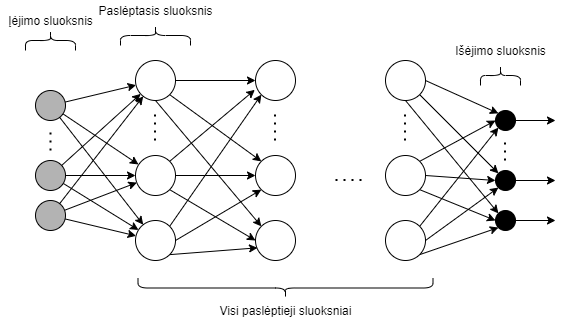
Earlier version of the draw.io export img/neural_network.png (AleksasVaitulevicius/masters_latex). Source tidied: cells renumbered, new cells last; positions are measured from the earlier drawing's top-left corner, leaving out a move shared by most shapes.
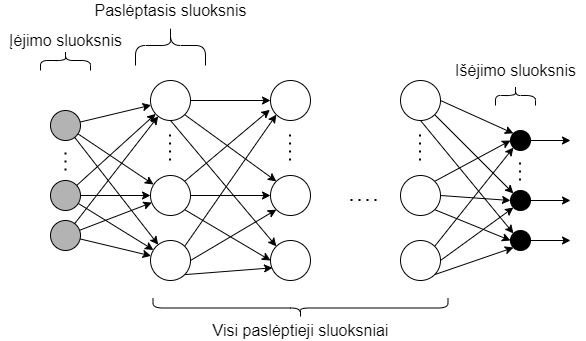
Above is the later version.

The edit, as a diff of the source:
```diff
@@ -2,208 +2,208 @@
   <root>
     <mxCell id="0" />
     <mxCell id="1" parent="0" />
-    <mxCell id="2" style="edgeStyle=none;jettySize=auto;html=1;exitX=1;exitY=0.5;exitDx=0;exitDy=0;entryX=0;entryY=0.5;entryDx=0;entryDy=0;" parent="1" edge="1" source="5" target="49">
+    <mxCell id="2" style="edgeStyle=none;jettySize=auto;html=1;exitX=1;exitY=0.5;exitDx=0;exitDy=0;entryX=0;entryY=0.5;entryDx=0;entryDy=0;fontSize=16;" parent="1" edge="1" source="5" target="49">
       <mxGeometry relative="1" as="geometry" />
     </mxCell>
-    <mxCell id="3" style="edgeStyle=none;jettySize=auto;html=1;exitX=1;exitY=1;exitDx=0;exitDy=0;entryX=0;entryY=0;entryDx=0;entryDy=0;" parent="1" edge="1" source="5" target="50">
+    <mxCell id="3" style="edgeStyle=none;jettySize=auto;html=1;exitX=1;exitY=1;exitDx=0;exitDy=0;entryX=0;entryY=0;entryDx=0;entryDy=0;fontSize=16;" parent="1" edge="1" source="5" target="50">
       <mxGeometry relative="1" as="geometry" />
     </mxCell>
-    <mxCell id="4" style="edgeStyle=none;jettySize=auto;html=1;exitX=0.5;exitY=1;exitDx=0;exitDy=0;entryX=0;entryY=0;entryDx=0;entryDy=0;" parent="1" edge="1" source="5" target="51">
+    <mxCell id="4" style="edgeStyle=none;jettySize=auto;html=1;exitX=0.5;exitY=1;exitDx=0;exitDy=0;entryX=0;entryY=0;entryDx=0;entryDy=0;fontSize=16;" parent="1" edge="1" source="5" target="51">
       <mxGeometry relative="1" as="geometry" />
     </mxCell>
-    <mxCell id="5" style="ellipse;whiteSpace=wrap;html=1;" parent="1" vertex="1">
+    <mxCell id="5" style="ellipse;whiteSpace=wrap;html=1;fontSize=16;" parent="1" vertex="1">
       <mxGeometry x="135" y="60" width="40" height="40" as="geometry" />
     </mxCell>
-    <mxCell id="6" style="edgeStyle=none;jettySize=auto;html=1;exitX=1;exitY=0;exitDx=0;exitDy=0;entryX=-0.017;entryY=0.733;entryDx=0;entryDy=0;entryPerimeter=0;" parent="1" edge="1" source="9" target="49">
+    <mxCell id="6" style="edgeStyle=none;jettySize=auto;html=1;exitX=1;exitY=0;exitDx=0;exitDy=0;entryX=-0.017;entryY=0.733;entryDx=0;entryDy=0;entryPerimeter=0;fontSize=16;" parent="1" edge="1" source="9" target="49">
       <mxGeometry relative="1" as="geometry" />
     </mxCell>
-    <mxCell id="7" style="edgeStyle=none;jettySize=auto;html=1;exitX=1;exitY=0.5;exitDx=0;exitDy=0;entryX=0;entryY=0.5;entryDx=0;entryDy=0;" parent="1" edge="1" source="9" target="50">
+    <mxCell id="7" style="edgeStyle=none;jettySize=auto;html=1;exitX=1;exitY=0.5;exitDx=0;exitDy=0;entryX=0;entryY=0.5;entryDx=0;entryDy=0;fontSize=16;" parent="1" edge="1" source="9" target="50">
       <mxGeometry relative="1" as="geometry" />
     </mxCell>
-    <mxCell id="8" style="edgeStyle=none;jettySize=auto;html=1;exitX=1;exitY=1;exitDx=0;exitDy=0;entryX=0;entryY=0.5;entryDx=0;entryDy=0;" parent="1" edge="1" source="9" target="51">
+    <mxCell id="8" style="edgeStyle=none;jettySize=auto;html=1;exitX=1;exitY=1;exitDx=0;exitDy=0;entryX=0;entryY=0.5;entryDx=0;entryDy=0;fontSize=16;" parent="1" edge="1" source="9" target="51">
       <mxGeometry relative="1" as="geometry" />
     </mxCell>
-    <mxCell id="9" style="ellipse;whiteSpace=wrap;html=1;" parent="1" vertex="1">
+    <mxCell id="9" style="ellipse;whiteSpace=wrap;html=1;fontSize=16;" parent="1" vertex="1">
       <mxGeometry x="135" y="155" width="40" height="40" as="geometry" />
     </mxCell>
-    <mxCell id="10" style="edgeStyle=none;jettySize=auto;html=1;exitX=1;exitY=1;exitDx=0;exitDy=0;entryX=0.05;entryY=0.683;entryDx=0;entryDy=0;entryPerimeter=0;" parent="1" edge="1" source="13" target="51">
+    <mxCell id="10" style="edgeStyle=none;jettySize=auto;html=1;exitX=1;exitY=1;exitDx=0;exitDy=0;entryX=0.05;entryY=0.683;entryDx=0;entryDy=0;entryPerimeter=0;fontSize=16;" parent="1" edge="1" source="13" target="51">
       <mxGeometry relative="1" as="geometry" />
     </mxCell>
-    <mxCell id="11" style="edgeStyle=none;jettySize=auto;html=1;exitX=1;exitY=0.5;exitDx=0;exitDy=0;entryX=0;entryY=1;entryDx=0;entryDy=0;" parent="1" edge="1" source="13" target="50">
+    <mxCell id="11" style="edgeStyle=none;jettySize=auto;html=1;exitX=1;exitY=0.5;exitDx=0;exitDy=0;entryX=0;entryY=1;entryDx=0;entryDy=0;fontSize=16;" parent="1" edge="1" source="13" target="50">
       <mxGeometry relative="1" as="geometry" />
     </mxCell>
-    <mxCell id="12" style="edgeStyle=none;jettySize=auto;html=1;exitX=1;exitY=0;exitDx=0;exitDy=0;entryX=0;entryY=1;entryDx=0;entryDy=0;" parent="1" edge="1" source="13" target="49">
+    <mxCell id="12" style="edgeStyle=none;jettySize=auto;html=1;exitX=1;exitY=0;exitDx=0;exitDy=0;entryX=0;entryY=1;entryDx=0;entryDy=0;fontSize=16;" parent="1" edge="1" source="13" target="49">
       <mxGeometry relative="1" as="geometry" />
     </mxCell>
-    <mxCell id="13" style="ellipse;whiteSpace=wrap;html=1;" parent="1" vertex="1">
+    <mxCell id="13" style="ellipse;whiteSpace=wrap;html=1;fontSize=16;" parent="1" vertex="1">
       <mxGeometry x="135" y="220" width="40" height="40" as="geometry" />
     </mxCell>
-    <mxCell id="14" style="endArrow=classic;html=1;" parent="1" edge="1" source="17">
+    <mxCell id="14" style="endArrow=classic;html=1;fontSize=16;" parent="1" edge="1" source="17">
       <mxGeometry relative="1" as="geometry">
         <mxPoint x="138" y="164" as="targetPoint" />
       </mxGeometry>
     </mxCell>
-    <mxCell id="15" style="endArrow=classic;html=1;" parent="1" edge="1" source="17" target="13">
+    <mxCell id="15" style="endArrow=classic;html=1;fontSize=16;" parent="1" edge="1" source="17" target="13">
       <mxGeometry relative="1" as="geometry" />
     </mxCell>
-    <mxCell id="16" style="endArrow=classic;html=1;" parent="1" edge="1" source="17" target="5">
+    <mxCell id="16" style="endArrow=classic;html=1;fontSize=16;" parent="1" edge="1" source="17" target="5">
       <mxGeometry relative="1" as="geometry" />
     </mxCell>
-    <mxCell id="17" style="ellipse;whiteSpace=wrap;html=1;fillColor=#B3B3B3;" parent="1" vertex="1">
+    <mxCell id="17" style="ellipse;whiteSpace=wrap;html=1;fillColor=#B3B3B3;fontSize=16;" parent="1" vertex="1">
       <mxGeometry x="35" y="90" width="30" height="30" as="geometry" />
     </mxCell>
-    <mxCell id="18" style="endArrow=classic;html=1;" parent="1" edge="1" source="21" target="9">
+    <mxCell id="18" style="endArrow=classic;html=1;fontSize=16;" parent="1" edge="1" source="21" target="9">
       <mxGeometry relative="1" as="geometry" />
     </mxCell>
-    <mxCell id="19" style="endArrow=classic;html=1;" parent="1" edge="1" source="21" target="13">
+    <mxCell id="19" style="endArrow=classic;html=1;fontSize=16;" parent="1" edge="1" source="21" target="13">
       <mxGeometry relative="1" as="geometry" />
     </mxCell>
-    <mxCell id="20" style="endArrow=classic;html=1;" parent="1" edge="1" source="21" target="5">
+    <mxCell id="20" style="endArrow=classic;html=1;fontSize=16;" parent="1" edge="1" source="21" target="5">
       <mxGeometry relative="1" as="geometry" />
     </mxCell>
-    <mxCell id="21" style="ellipse;whiteSpace=wrap;html=1;fillColor=#B3B3B3;" parent="1" vertex="1">
+    <mxCell id="21" style="ellipse;whiteSpace=wrap;html=1;fillColor=#B3B3B3;fontSize=16;" parent="1" vertex="1">
       <mxGeometry x="35" y="200" width="30" height="30" as="geometry" />
     </mxCell>
-    <mxCell id="22" style="endArrow=classic;html=1;" parent="1" edge="1" source="25" target="5">
+    <mxCell id="22" style="endArrow=classic;html=1;fontSize=16;" parent="1" edge="1" source="25" target="5">
       <mxGeometry relative="1" as="geometry" />
     </mxCell>
-    <mxCell id="23" style="edgeStyle=orthogonalEdgeStyle;rounded=0;jettySize=auto;html=1;exitX=1;exitY=0.5;exitDx=0;exitDy=0;entryX=0;entryY=0.5;entryDx=0;entryDy=0;" parent="1" edge="1" source="25" target="9">
+    <mxCell id="23" style="edgeStyle=orthogonalEdgeStyle;rounded=0;jettySize=auto;html=1;exitX=1;exitY=0.5;exitDx=0;exitDy=0;entryX=0;entryY=0.5;entryDx=0;entryDy=0;fontSize=16;" parent="1" edge="1" source="25" target="9">
       <mxGeometry relative="1" as="geometry" />
     </mxCell>
-    <mxCell id="24" style="endArrow=classic;html=1;" parent="1" edge="1" source="25" target="13">
+    <mxCell id="24" style="endArrow=classic;html=1;fontSize=16;" parent="1" edge="1" source="25" target="13">
       <mxGeometry relative="1" as="geometry" />
     </mxCell>
-    <mxCell id="25" style="ellipse;whiteSpace=wrap;html=1;fillColor=#B3B3B3;" parent="1" vertex="1">
+    <mxCell id="25" style="ellipse;whiteSpace=wrap;html=1;fillColor=#B3B3B3;fontSize=16;" parent="1" vertex="1">
       <mxGeometry x="35" y="160" width="30" height="30" as="geometry" />
     </mxCell>
-    <mxCell id="26" style="endArrow=none;dashed=1;html=1;dashPattern=1 3;strokeWidth=2;" parent="1" edge="1">
+    <mxCell id="26" style="endArrow=none;dashed=1;html=1;dashPattern=1 3;strokeWidth=2;fontSize=16;" parent="1" edge="1">
       <mxGeometry relative="1" as="geometry">
         <mxPoint x="50" y="150" as="sourcePoint" />
         <mxPoint x="50" y="130" as="targetPoint" />
       </mxGeometry>
     </mxCell>
-    <mxCell id="27" style="endArrow=none;dashed=1;html=1;dashPattern=1 3;strokeWidth=2;" parent="1" edge="1">
+    <mxCell id="27" style="endArrow=none;dashed=1;html=1;dashPattern=1 3;strokeWidth=2;fontSize=16;" parent="1" edge="1">
       <mxGeometry relative="1" as="geometry">
         <mxPoint x="154.5" y="140" as="sourcePoint" />
         <mxPoint x="154.5" y="110" as="targetPoint" />
       </mxGeometry>
     </mxCell>
-    <mxCell id="28" style="edgeStyle=none;jettySize=auto;html=1;exitX=1;exitY=0.5;exitDx=0;exitDy=0;entryX=0;entryY=0;entryDx=0;entryDy=0;" parent="1" edge="1" source="31" target="46">
+    <mxCell id="28" style="edgeStyle=none;jettySize=auto;html=1;exitX=1;exitY=0.5;exitDx=0;exitDy=0;entryX=0;entryY=0;entryDx=0;entryDy=0;fontSize=16;" parent="1" edge="1" source="31" target="46">
       <mxGeometry relative="1" as="geometry" />
     </mxCell>
-    <mxCell id="29" style="edgeStyle=none;jettySize=auto;html=1;exitX=1;exitY=1;exitDx=0;exitDy=0;entryX=0;entryY=0;entryDx=0;entryDy=0;" parent="1" edge="1" source="31" target="41">
+    <mxCell id="29" style="edgeStyle=none;jettySize=auto;html=1;exitX=1;exitY=1;exitDx=0;exitDy=0;entryX=0;entryY=0;entryDx=0;entryDy=0;fontSize=16;" parent="1" edge="1" source="31" target="41">
       <mxGeometry relative="1" as="geometry" />
     </mxCell>
-    <mxCell id="30" style="edgeStyle=none;jettySize=auto;html=1;exitX=0.5;exitY=1;exitDx=0;exitDy=0;entryX=0;entryY=0;entryDx=0;entryDy=0;" parent="1" edge="1" source="31" target="44">
+    <mxCell id="30" style="edgeStyle=none;jettySize=auto;html=1;exitX=0.5;exitY=1;exitDx=0;exitDy=0;entryX=0;entryY=0;entryDx=0;entryDy=0;fontSize=16;" parent="1" edge="1" source="31" target="44">
       <mxGeometry relative="1" as="geometry" />
     </mxCell>
-    <mxCell id="31" style="ellipse;whiteSpace=wrap;html=1;" parent="1" vertex="1">
+    <mxCell id="31" style="ellipse;whiteSpace=wrap;html=1;fontSize=16;" parent="1" vertex="1">
       <mxGeometry x="385" y="60" width="40" height="40" as="geometry" />
     </mxCell>
-    <mxCell id="32" style="edgeStyle=none;jettySize=auto;html=1;exitX=1;exitY=0;exitDx=0;exitDy=0;entryX=0;entryY=0.5;entryDx=0;entryDy=0;" parent="1" edge="1" source="35" target="46">
+    <mxCell id="32" style="edgeStyle=none;jettySize=auto;html=1;exitX=1;exitY=0;exitDx=0;exitDy=0;entryX=0;entryY=0.5;entryDx=0;entryDy=0;fontSize=16;" parent="1" edge="1" source="35" target="46">
       <mxGeometry relative="1" as="geometry" />
     </mxCell>
-    <mxCell id="33" style="edgeStyle=none;jettySize=auto;html=1;exitX=1;exitY=0.5;exitDx=0;exitDy=0;entryX=0;entryY=0.5;entryDx=0;entryDy=0;" parent="1" edge="1" source="35" target="41">
+    <mxCell id="33" style="edgeStyle=none;jettySize=auto;html=1;exitX=1;exitY=0.5;exitDx=0;exitDy=0;entryX=0;entryY=0.5;entryDx=0;entryDy=0;fontSize=16;" parent="1" edge="1" source="35" target="41">
       <mxGeometry relative="1" as="geometry" />
     </mxCell>
-    <mxCell id="34" style="edgeStyle=none;jettySize=auto;html=1;exitX=1;exitY=1;exitDx=0;exitDy=0;entryX=0;entryY=0.5;entryDx=0;entryDy=0;" parent="1" edge="1" source="35" target="44">
+    <mxCell id="34" style="edgeStyle=none;jettySize=auto;html=1;exitX=1;exitY=1;exitDx=0;exitDy=0;entryX=0;entryY=0.5;entryDx=0;entryDy=0;fontSize=16;" parent="1" edge="1" source="35" target="44">
       <mxGeometry relative="1" as="geometry" />
     </mxCell>
-    <mxCell id="35" style="ellipse;whiteSpace=wrap;html=1;" parent="1" vertex="1">
+    <mxCell id="35" style="ellipse;whiteSpace=wrap;html=1;fontSize=16;" parent="1" vertex="1">
       <mxGeometry x="385" y="155" width="40" height="40" as="geometry" />
     </mxCell>
-    <mxCell id="36" style="edgeStyle=none;jettySize=auto;html=1;exitX=1;exitY=0;exitDx=0;exitDy=0;entryX=0;entryY=1;entryDx=0;entryDy=0;" parent="1" edge="1" source="39" target="46">
+    <mxCell id="36" style="edgeStyle=none;jettySize=auto;html=1;exitX=1;exitY=0;exitDx=0;exitDy=0;entryX=0;entryY=1;entryDx=0;entryDy=0;fontSize=16;" parent="1" edge="1" source="39" target="46">
       <mxGeometry relative="1" as="geometry" />
     </mxCell>
-    <mxCell id="37" style="edgeStyle=none;jettySize=auto;html=1;exitX=1;exitY=0.5;exitDx=0;exitDy=0;entryX=0;entryY=1;entryDx=0;entryDy=0;" parent="1" edge="1" source="39" target="41">
+    <mxCell id="37" style="edgeStyle=none;jettySize=auto;html=1;exitX=1;exitY=0.5;exitDx=0;exitDy=0;entryX=0;entryY=1;entryDx=0;entryDy=0;fontSize=16;" parent="1" edge="1" source="39" target="41">
       <mxGeometry relative="1" as="geometry" />
     </mxCell>
-    <mxCell id="38" style="edgeStyle=none;jettySize=auto;html=1;exitX=1;exitY=1;exitDx=0;exitDy=0;entryX=0;entryY=1;entryDx=0;entryDy=0;" parent="1" edge="1" source="39" target="44">
+    <mxCell id="38" style="edgeStyle=none;jettySize=auto;html=1;exitX=1;exitY=1;exitDx=0;exitDy=0;entryX=0;entryY=1;entryDx=0;entryDy=0;fontSize=16;" parent="1" edge="1" source="39" target="44">
       <mxGeometry relative="1" as="geometry" />
     </mxCell>
-    <mxCell id="39" style="ellipse;whiteSpace=wrap;html=1;" parent="1" vertex="1">
+    <mxCell id="39" style="ellipse;whiteSpace=wrap;html=1;fontSize=16;" parent="1" vertex="1">
       <mxGeometry x="385" y="220" width="40" height="40" as="geometry" />
     </mxCell>
-    <mxCell id="40" style="edgeStyle=none;jettySize=auto;html=1;exitX=1;exitY=0.5;exitDx=0;exitDy=0;" parent="1" edge="1" source="41">
+    <mxCell id="40" style="edgeStyle=none;jettySize=auto;html=1;exitX=1;exitY=0.5;exitDx=0;exitDy=0;fontSize=16;" parent="1" edge="1" source="41">
       <mxGeometry relative="1" as="geometry">
         <mxPoint x="555" y="180" as="targetPoint" />
       </mxGeometry>
     </mxCell>
-    <mxCell id="41" style="ellipse;whiteSpace=wrap;html=1;fillColor=#000000;" parent="1" vertex="1">
+    <mxCell id="41" style="ellipse;whiteSpace=wrap;html=1;fillColor=#000000;fontSize=16;" parent="1" vertex="1">
       <mxGeometry x="495" y="170" width="20" height="20" as="geometry" />
     </mxCell>
-    <mxCell id="42" style="endArrow=none;dashed=1;html=1;dashPattern=1 3;strokeWidth=2;" parent="1" edge="1">
+    <mxCell id="42" style="endArrow=none;dashed=1;html=1;dashPattern=1 3;strokeWidth=2;fontSize=16;" parent="1" edge="1">
       <mxGeometry relative="1" as="geometry">
         <mxPoint x="504.5" y="160" as="sourcePoint" />
         <mxPoint x="504.5" y="140" as="targetPoint" />
       </mxGeometry>
     </mxCell>
-    <mxCell id="43" style="edgeStyle=none;jettySize=auto;html=1;exitX=1;exitY=0.5;exitDx=0;exitDy=0;" parent="1" edge="1" source="44">
+    <mxCell id="43" style="edgeStyle=none;jettySize=auto;html=1;exitX=1;exitY=0.5;exitDx=0;exitDy=0;fontSize=16;" parent="1" edge="1" source="44">
       <mxGeometry relative="1" as="geometry">
         <mxPoint x="555" y="220" as="targetPoint" />
       </mxGeometry>
     </mxCell>
-    <mxCell id="44" style="ellipse;whiteSpace=wrap;html=1;fillColor=#000000;" parent="1" vertex="1">
+    <mxCell id="44" style="ellipse;whiteSpace=wrap;html=1;fillColor=#000000;fontSize=16;" parent="1" vertex="1">
       <mxGeometry x="495" y="210" width="20" height="20" as="geometry" />
     </mxCell>
-    <mxCell id="45" style="edgeStyle=none;jettySize=auto;html=1;exitX=1;exitY=0.5;exitDx=0;exitDy=0;" parent="1" edge="1" source="46">
+    <mxCell id="45" style="edgeStyle=none;jettySize=auto;html=1;exitX=1;exitY=0.5;exitDx=0;exitDy=0;fontSize=16;" parent="1" edge="1" source="46">
       <mxGeometry relative="1" as="geometry">
         <mxPoint x="555" y="120" as="targetPoint" />
       </mxGeometry>
     </mxCell>
-    <mxCell id="46" style="ellipse;whiteSpace=wrap;html=1;fillColor=#000000;" parent="1" vertex="1">
+    <mxCell id="46" style="ellipse;whiteSpace=wrap;html=1;fillColor=#000000;fontSize=16;" parent="1" vertex="1">
       <mxGeometry x="495" y="110" width="20" height="20" as="geometry" />
     </mxCell>
-    <mxCell id="47" style="endArrow=none;dashed=1;html=1;dashPattern=1 3;strokeWidth=2;" parent="1" edge="1">
+    <mxCell id="47" style="endArrow=none;dashed=1;html=1;dashPattern=1 3;strokeWidth=2;fontSize=16;" parent="1" edge="1">
       <mxGeometry relative="1" as="geometry">
         <mxPoint x="335" y="179.5" as="sourcePoint" />
         <mxPoint x="365" y="179.5" as="targetPoint" />
       </mxGeometry>
     </mxCell>
-    <mxCell id="48" style="endArrow=none;dashed=1;html=1;dashPattern=1 3;strokeWidth=2;" parent="1" edge="1">
+    <mxCell id="48" style="endArrow=none;dashed=1;html=1;dashPattern=1 3;strokeWidth=2;fontSize=16;" parent="1" edge="1">
       <mxGeometry relative="1" as="geometry">
         <mxPoint x="404.5" y="140" as="sourcePoint" />
         <mxPoint x="404.5" y="110" as="targetPoint" />
       </mxGeometry>
     </mxCell>
-    <mxCell id="49" style="ellipse;whiteSpace=wrap;html=1;" parent="1" vertex="1">
+    <mxCell id="49" style="ellipse;whiteSpace=wrap;html=1;fontSize=16;" parent="1" vertex="1">
       <mxGeometry x="255" y="60" width="40" height="40" as="geometry" />
     </mxCell>
-    <mxCell id="50" style="ellipse;whiteSpace=wrap;html=1;" parent="1" vertex="1">
+    <mxCell id="50" style="ellipse;whiteSpace=wrap;html=1;fontSize=16;" parent="1" vertex="1">
       <mxGeometry x="255" y="155" width="40" height="40" as="geometry" />
     </mxCell>
-    <mxCell id="51" style="ellipse;whiteSpace=wrap;html=1;" parent="1" vertex="1">
+    <mxCell id="51" style="ellipse;whiteSpace=wrap;html=1;fontSize=16;" parent="1" vertex="1">
       <mxGeometry x="255" y="220" width="40" height="40" as="geometry" />
     </mxCell>
-    <mxCell id="52" style="endArrow=none;dashed=1;html=1;dashPattern=1 3;strokeWidth=2;" parent="1" edge="1">
+    <mxCell id="52" style="endArrow=none;dashed=1;html=1;dashPattern=1 3;strokeWidth=2;fontSize=16;" parent="1" edge="1">
       <mxGeometry relative="1" as="geometry">
         <mxPoint x="274.5" y="140" as="sourcePoint" />
         <mxPoint x="274.5" y="110" as="targetPoint" />
       </mxGeometry>
     </mxCell>
-    <mxCell id="53" style="shape=curlyBracket;whiteSpace=wrap;html=1;rounded=1;rotation=90;size=0.5;" parent="1" vertex="1">
+    <mxCell id="53" style="shape=curlyBracket;whiteSpace=wrap;html=1;rounded=1;rotation=90;size=0.5;fontSize=16;" parent="1" vertex="1">
       <mxGeometry x="40" y="15" width="20" height="50" as="geometry" />
     </mxCell>
-    <mxCell id="54" value="Įėjimo sluoksnis" style="text;html=1;align=center;verticalAlign=middle;" parent="1" vertex="1">
-      <mxGeometry y="10" width="100" height="20" as="geometry" />
+    <mxCell id="54" value="Įėjimo sluoksnis" style="text;html=1;align=center;verticalAlign=middle;fontSize=16;" parent="1" vertex="1">
+      <mxGeometry x="-15" y="10" width="130" height="20" as="geometry" />
     </mxCell>
-    <mxCell id="55" style="shape=curlyBracket;whiteSpace=wrap;html=1;rounded=1;rotation=90;size=0.5;" parent="1" vertex="1">
-      <mxGeometry x="145" width="20" height="70" as="geometry" />
+    <mxCell id="55" style="shape=curlyBracket;whiteSpace=wrap;html=1;rounded=1;rotation=90;size=0.5;fontSize=16;" parent="1" vertex="1">
+      <mxGeometry x="135" y="-10" width="40" height="70" as="geometry" />
     </mxCell>
-    <mxCell id="56" value="Paslėptasis sluoksnis" style="text;html=1;align=center;verticalAlign=middle;" parent="1" vertex="1">
-      <mxGeometry x="90" width="130" height="20" as="geometry" />
+    <mxCell id="56" value="Paslėptasis sluoksnis" style="text;html=1;align=center;verticalAlign=middle;fontSize=16;" parent="1" vertex="1">
+      <mxGeometry x="70" y="-20" width="170" height="20" as="geometry" />
     </mxCell>
-    <mxCell id="57" style="shape=curlyBracket;whiteSpace=wrap;html=1;rounded=1;rotation=90;size=0.5;" parent="1" vertex="1">
+    <mxCell id="57" style="shape=curlyBracket;whiteSpace=wrap;html=1;rounded=1;rotation=90;size=0.5;fontSize=16;" parent="1" vertex="1">
       <mxGeometry x="490" y="55" width="20" height="40" as="geometry" />
     </mxCell>
-    <mxCell id="58" value="Išėjimo sluoksnis" style="text;html=1;align=center;verticalAlign=middle;" parent="1" vertex="1">
-      <mxGeometry x="445" y="40" width="110" height="20" as="geometry" />
+    <mxCell id="58" value="Išėjimo sluoksnis" style="text;html=1;align=center;verticalAlign=middle;fontSize=16;" parent="1" vertex="1">
+      <mxGeometry x="430" y="40" width="140" height="20" as="geometry" />
     </mxCell>
-    <mxCell id="59" style="shape=curlyBracket;whiteSpace=wrap;html=1;rounded=1;rotation=-90;size=0.5;" parent="1" vertex="1">
+    <mxCell id="59" style="shape=curlyBracket;whiteSpace=wrap;html=1;rounded=1;rotation=-90;size=0.5;fontSize=16;" parent="1" vertex="1">
       <mxGeometry x="275" y="140" width="20" height="295" as="geometry" />
     </mxCell>
-    <mxCell id="60" value="Visi paslėptieji sluoksniai&lt;br&gt;" style="text;html=1;align=center;verticalAlign=middle;" parent="1" vertex="1">
-      <mxGeometry x="210" y="300" width="150" height="20" as="geometry" />
+    <mxCell id="60" value="Visi paslėptieji sluoksniai&lt;br style=&quot;font-size: 16px;&quot;&gt;" style="text;html=1;align=center;verticalAlign=middle;fontSize=16;" parent="1" vertex="1">
+      <mxGeometry x="190" y="300" width="190" height="20" as="geometry" />
     </mxCell>
   </root>
 </mxGraphModel>
```
